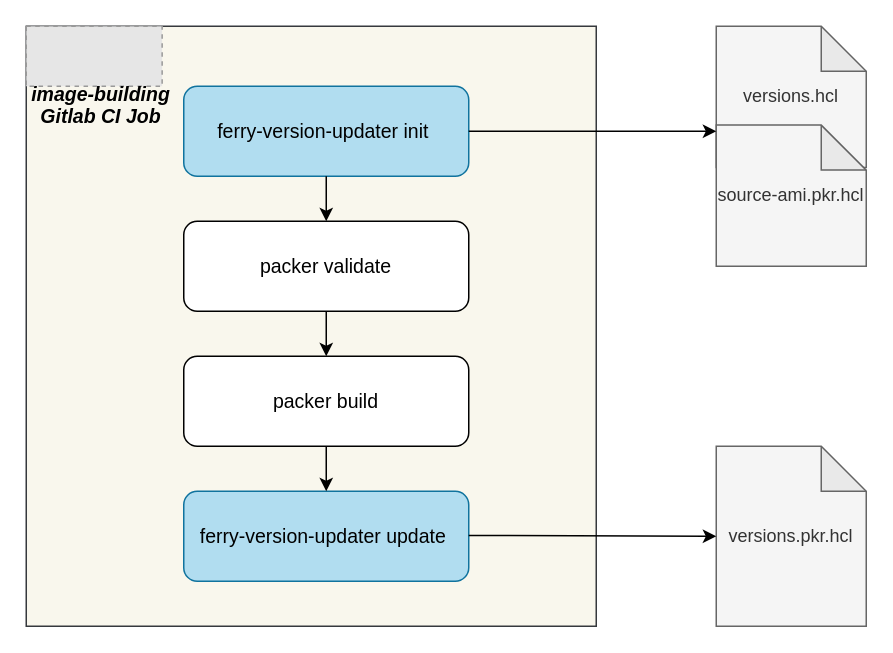
The draw.io diagram ferry-version-updater.drawio in YanshanSong/draw.io, before the edit. Source tidied: cells renumbered, new cells numbered last; positions are measured from the earlier drawing's top-left corner, leaving out a move shared by most shapes. Both pictures are drawn from the tidied source at 150%, with x=0, y=0 at pixel (26, 26). Pictures stored in the file or linked from it are replaced by grey dashed boxes.
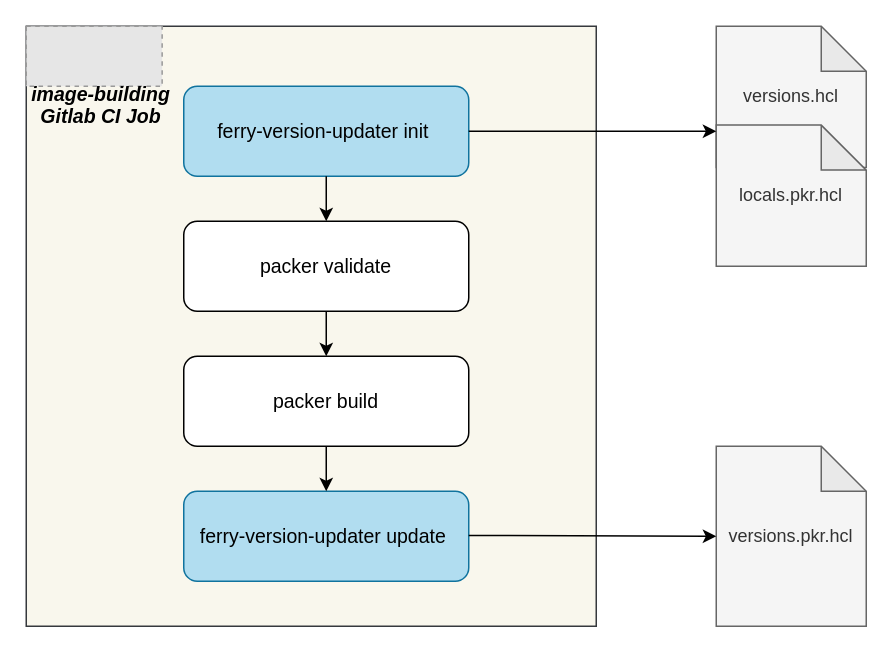
Above is the later version.

Change to the diagram source:
```diff
@@
 <mxGraphModel>
   <root>
     <mxCell id="0" />
     <mxCell id="1" parent="0" />
     <mxCell id="2" style="rounded=0;whiteSpace=wrap;html=1;fillColor=#f9f7ed;strokeColor=#36393d;" parent="1" vertex="1">
       <mxGeometry width="380" height="400" as="geometry" />
     </mxCell>
     <mxCell id="3" value="ferry-version-updater init&amp;nbsp;" style="rounded=1;whiteSpace=wrap;html=1;fillColor=#b1ddf0;strokeColor=#10739e;fontSize=13;" parent="1" vertex="1">
       <mxGeometry x="105" y="40" width="190" height="60" as="geometry" />
     </mxCell>
     <mxCell id="4" value="packer validate" style="rounded=1;whiteSpace=wrap;html=1;fontSize=13;" parent="1" vertex="1">
       <mxGeometry x="105" y="130" width="190" height="60" as="geometry" />
     </mxCell>
     <mxCell id="5" value="packer build" style="rounded=1;whiteSpace=wrap;html=1;fontSize=13;" parent="1" vertex="1">
       <mxGeometry x="105" y="220" width="190" height="60" as="geometry" />
     </mxCell>
     <mxCell id="6" value="ferry-version-updater update&amp;nbsp;" style="rounded=1;whiteSpace=wrap;html=1;fillColor=#b1ddf0;strokeColor=#10739e;fontSize=13;" parent="1" vertex="1">
       <mxGeometry x="105" y="310" width="190" height="60" as="geometry" />
     </mxCell>
     <mxCell id="7" style="fillColor=#E6E6E6;strokeColor=#999999;dashed=1;verticalLabelPosition=bottom;labelBackgroundColor=default;verticalAlign=top;" parent="1" vertex="1">
       <mxGeometry width="90.6" height="40" as="geometry" />
     </mxCell>
     <mxCell id="8" value="&lt;br style=&quot;font-size: 13px;&quot;&gt;image-building&lt;br style=&quot;font-size: 13px;&quot;&gt;Gitlab CI Job" style="text;html=1;strokeColor=none;fillColor=none;align=center;verticalAlign=middle;whiteSpace=wrap;rounded=0;fontSize=13;fontStyle=3;" parent="1" vertex="1">
       <mxGeometry y="30" width="100" height="30" as="geometry" />
     </mxCell>
     <mxCell id="9" style="group;" parent="1" vertex="1">
       <mxGeometry x="460" width="100" height="160" as="geometry" />
     </mxCell>
     <mxCell id="10" value="versions.hcl" style="shape=note;whiteSpace=wrap;html=1;backgroundOutline=1;darkOpacity=0.05;fillColor=#f5f5f5;fontColor=#333333;strokeColor=#666666;" parent="9" vertex="1">
       <mxGeometry width="100" height="94.1" as="geometry" />
     </mxCell>
-    <mxCell id="11" value="source-ami.pkr.hcl" style="shape=note;whiteSpace=wrap;html=1;backgroundOutline=1;darkOpacity=0.05;fillColor=#f5f5f5;fontColor=#333333;strokeColor=#666666;" parent="9" vertex="1">
+    <mxCell id="11" value="locals.pkr.hcl" style="shape=note;whiteSpace=wrap;html=1;backgroundOutline=1;darkOpacity=0.05;fillColor=#f5f5f5;fontColor=#333333;strokeColor=#666666;" parent="9" vertex="1">
       <mxGeometry y="65.9" width="100" height="94.1" as="geometry" />
     </mxCell>
     <mxCell id="12" style="endArrow=classic;html=1;rounded=0;" parent="1" edge="1">
       <mxGeometry relative="1" as="geometry">
         <mxPoint x="295" y="70" as="sourcePoint" />
         <mxPoint x="460" y="70" as="targetPoint" />
       </mxGeometry>
     </mxCell>
     <mxCell id="13" value="versions.pkr.hcl" style="shape=note;whiteSpace=wrap;html=1;backgroundOutline=1;darkOpacity=0.05;fillColor=#f5f5f5;strokeColor=#666666;fontColor=#333333;" parent="1" vertex="1">
       <mxGeometry x="460" y="280" width="100" height="120" as="geometry" />
     </mxCell>
     <mxCell id="14" style="endArrow=classic;html=1;rounded=0;exitX=1;exitY=0.5;exitDx=0;exitDy=0;entryX=0;entryY=0.5;entryDx=0;entryDy=0;entryPerimeter=0;" parent="1" edge="1" target="13">
       <mxGeometry relative="1" as="geometry">
         <mxPoint x="295" y="339.5" as="sourcePoint" />
       </mxGeometry>
     </mxCell>
     <mxCell id="15" style="endArrow=classic;html=1;rounded=0;exitX=0.5;exitY=1;exitDx=0;exitDy=0;entryX=0.5;entryY=0;entryDx=0;entryDy=0;" parent="1" edge="1" source="3" target="4">
       <mxGeometry relative="1" as="geometry" />
     </mxCell>
     <mxCell id="16" style="endArrow=classic;html=1;rounded=0;exitX=0.5;exitY=1;exitDx=0;exitDy=0;" parent="1" edge="1" source="4" target="5">
       <mxGeometry relative="1" as="geometry" />
     </mxCell>
     <mxCell id="17" style="endArrow=classic;html=1;rounded=0;exitX=0.5;exitY=1;exitDx=0;exitDy=0;entryX=0.5;entryY=0;entryDx=0;entryDy=0;" parent="1" edge="1" source="5" target="6">
       <mxGeometry relative="1" as="geometry" />
     </mxCell>
   </root>
 </mxGraphModel>
```
